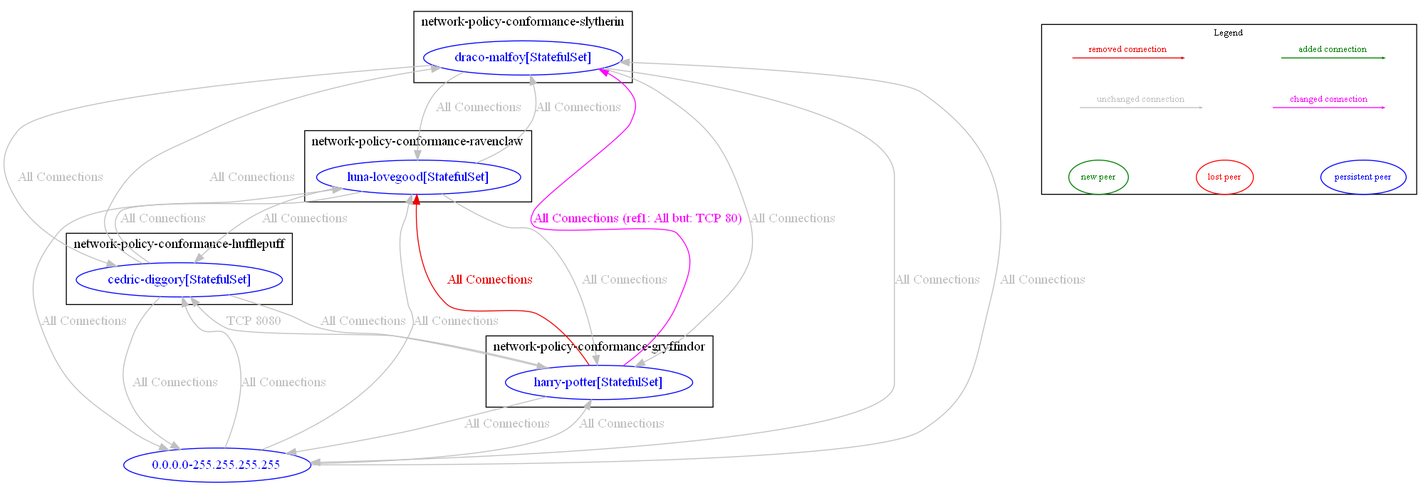
np-guard/netpol-analyzer keeps this Graphviz diagram as test_outputs/diff/diff_between_anp_test_11_swapping_rules_and_anp_test_11.dot.png. Above is the earlier version. Its source is kept beside it as test_outputs/diff/diff_between_anp_test_11_swapping_rules_and_anp_test_11.dot.
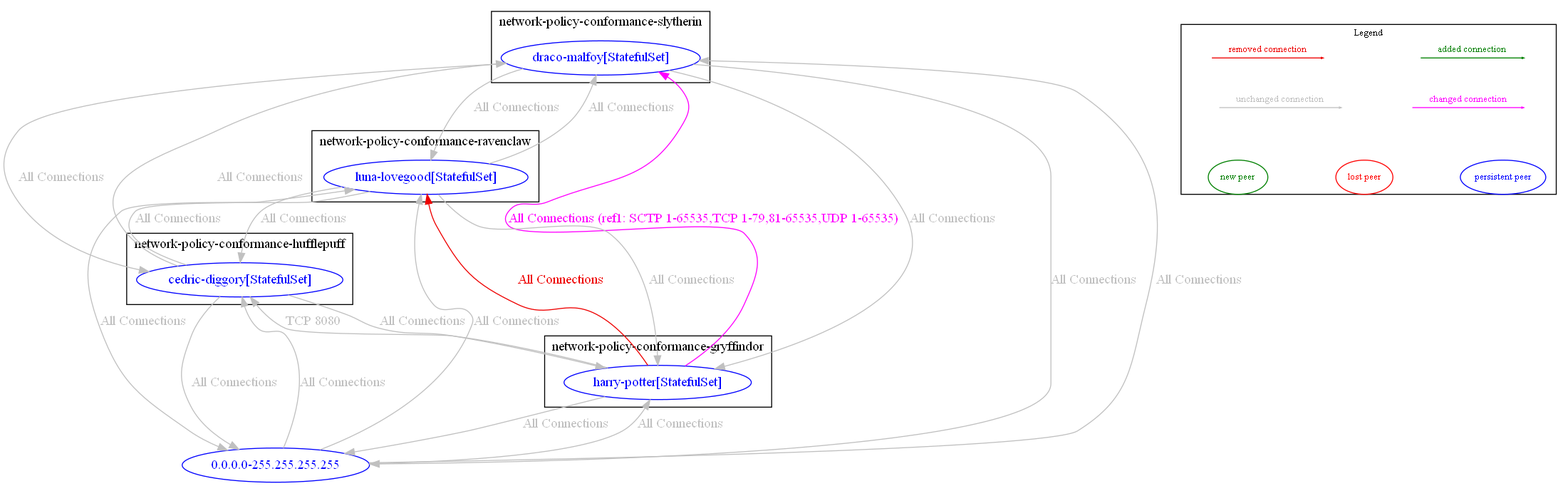
After the change.

Diff of the diagram source:
```diff
@@ -23,7 +23,7 @@
 	"network-policy-conformance-gryffindor/harry-potter[StatefulSet]" -> "0.0.0.0-255.255.255.255" [label="All Connections" color="grey" fontcolor="grey" weight=1]
 	"network-policy-conformance-gryffindor/harry-potter[StatefulSet]" -> "network-policy-conformance-hufflepuff/cedric-diggory[StatefulSet]" [label="TCP 8080" color="grey" fontcolor="grey" weight=0.5]
 	"network-policy-conformance-gryffindor/harry-potter[StatefulSet]" -> "network-policy-conformance-ravenclaw/luna-lovegood[StatefulSet]" [label="All Connections" color="red2" fontcolor="red2" weight=0.5]
-	"network-policy-conformance-gryffindor/harry-potter[StatefulSet]" -> "network-policy-conformance-slytherin/draco-malfoy[StatefulSet]" [label="All Connections (ref1: All but: TCP 80)" color="magenta" fontcolor="magenta" weight=0.5]
+	"network-policy-conformance-gryffindor/harry-potter[StatefulSet]" -> "network-policy-conformance-slytherin/draco-malfoy[StatefulSet]" [label="All Connections (ref1: SCTP 1-65535,TCP 1-79,81-65535,UDP 1-65535)" color="magenta" fontcolor="magenta" weight=0.5]
 	"network-policy-conformance-hufflepuff/cedric-diggory[StatefulSet]" -> "0.0.0.0-255.255.255.255" [label="All Connections" color="grey" fontcolor="grey" weight=1]
 	"network-policy-conformance-hufflepuff/cedric-diggory[StatefulSet]" -> "network-policy-conformance-gryffindor/harry-potter[StatefulSet]" [label="All Connections" color="grey" fontcolor="grey" weight=1]
 	"network-policy-conformance-hufflepuff/cedric-diggory[StatefulSet]" -> "network-policy-conformance-ravenclaw/luna-lovegood[StatefulSet]" [label="All Connections" color="grey" fontcolor="grey" weight=0.5]
```
